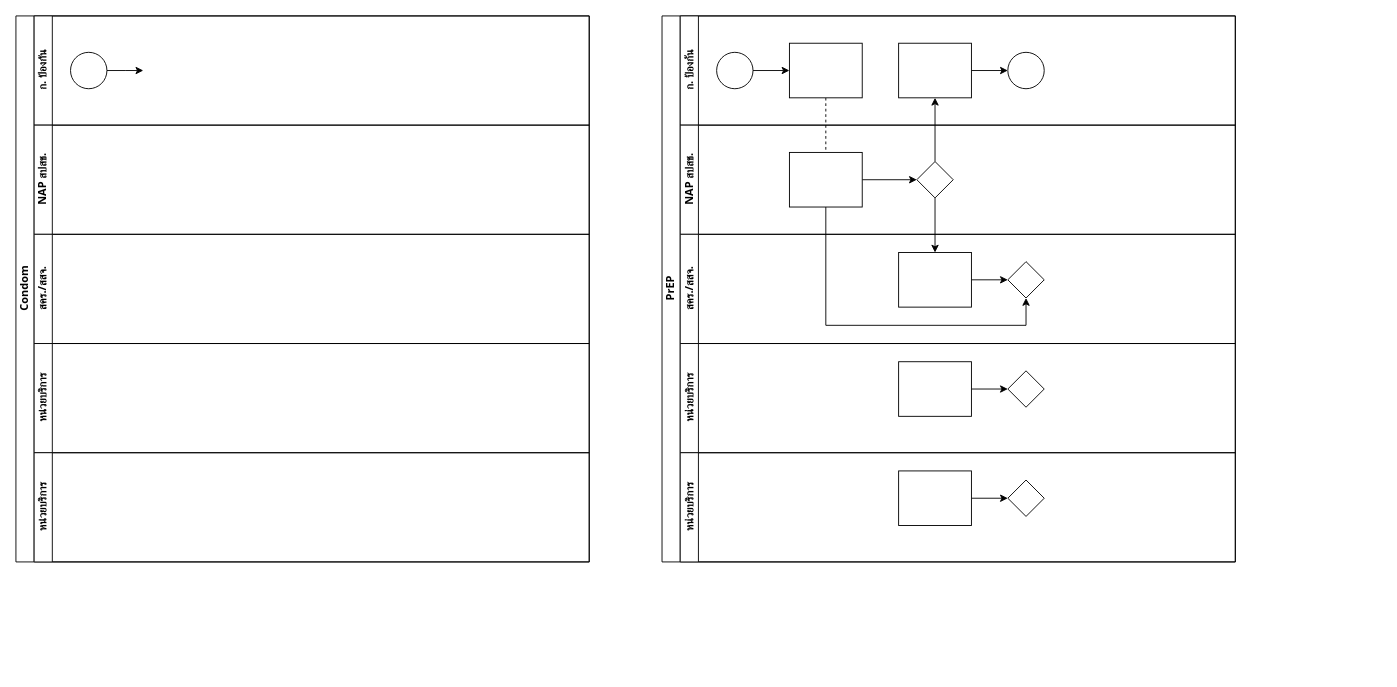
Above: Untitled Diagram.drawio in anun311/regist (draw.io), before the change. Source tidied: cells renumbered, new cells numbered last; positions are measured from the earlier drawing's top-left corner, leaving out a move shared by most shapes. Both pictures are drawn from the tidied source at 91%, with x=0, y=0 at pixel (15, 15).
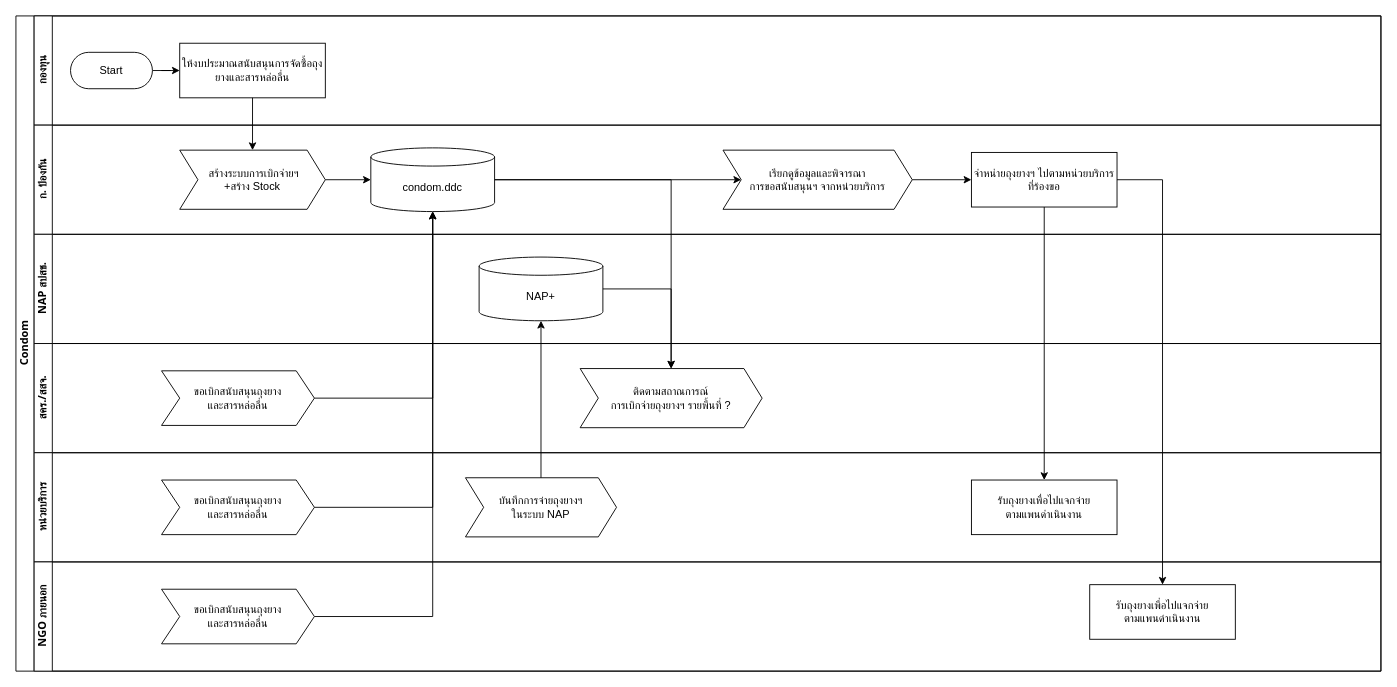
The same page after the edit.

The edit, as a diff of the source:
```diff
@@
     <mxCell id="2" value="Condom" style="swimlane;html=1;horizontal=0;startSize=20;fontFamily=Tahoma;" parent="1" vertex="1">
-      <mxGeometry width="630" height="600" as="geometry" />
+      <mxGeometry width="1500" height="720" as="geometry" />
     </mxCell>
-    <mxCell id="3" value="ก. ป้องกัน" style="swimlane;html=1;startSize=20;horizontal=0;fontFamily=Tahoma;" parent="2" vertex="1">
-      <mxGeometry x="20" width="610" height="120" as="geometry" />
+    <mxCell id="3" value="กองทุน" style="swimlane;html=1;startSize=20;horizontal=0;fontFamily=Tahoma;" parent="2" vertex="1">
+      <mxGeometry x="20" width="1480" height="120" as="geometry" />
     </mxCell>
-    <mxCell id="4" style="edgeStyle=orthogonalEdgeStyle;rounded=0;jettySize=auto;html=1;fontFamily=Tahoma;" parent="3" edge="1" source="5">
-      <mxGeometry relative="1" as="geometry">
-        <mxPoint x="120" y="60" as="targetPoint" />
-      </mxGeometry>
-    </mxCell>
-    <mxCell id="5" style="ellipse;whiteSpace=wrap;html=1;fontFamily=Tahoma;" parent="3" vertex="1">
-      <mxGeometry x="40" y="40" width="40" height="40" as="geometry" />
-    </mxCell>
+    <mxCell id="38" style="edgeStyle=orthogonalEdgeStyle;rounded=0;jettySize=auto;html=1;" parent="3" edge="1" source="39" target="41">
+      <mxGeometry relative="1" as="geometry" />
+    </mxCell>
+    <mxCell id="39" value="Start" style="rounded=1;whiteSpace=wrap;html=1;arcSize=50;" parent="3" vertex="1">
+      <mxGeometry x="40" y="40" width="90" height="40" as="geometry" />
+    </mxCell>
+    <mxCell id="40" style="edgeStyle=orthogonalEdgeStyle;rounded=0;orthogonalLoop=1;jettySize=auto;html=1;exitX=0.5;exitY=1;exitDx=0;exitDy=0;" parent="3" edge="1" source="39" target="39">
+      <mxGeometry relative="1" as="geometry" />
+    </mxCell>
+    <mxCell id="41" value="ให้งบประมาณสนับสนุนการจัดซื้อถุงยางและสารหล่อลื่น" style="rounded=0;whiteSpace=wrap;html=1;" parent="3" vertex="1">
+      <mxGeometry x="160" y="30" width="160" height="60" as="geometry" />
+    </mxCell>
+    <mxCell id="15" value="ก. ป้องกัน" style="swimlane;html=1;startSize=20;horizontal=0;fontFamily=Tahoma;" parent="2" vertex="1">
+      <mxGeometry x="20" y="120" width="1480" height="120" as="geometry" />
+    </mxCell>
+    <mxCell id="42" style="edgeStyle=orthogonalEdgeStyle;rounded=0;orthogonalLoop=1;jettySize=auto;html=1;exitX=0.5;exitY=1;exitDx=0;exitDy=0;" parent="15" edge="1">
+      <mxGeometry relative="1" as="geometry">
+        <mxPoint x="85" y="80" as="sourcePoint" />
+        <mxPoint x="85" y="80" as="targetPoint" />
+      </mxGeometry>
+    </mxCell>
+    <mxCell id="43" style="edgeStyle=orthogonalEdgeStyle;rounded=0;jettySize=auto;html=1;entryX=0;entryY=0.5;entryDx=0;entryDy=0;exitX=1;exitY=0.5;exitDx=0;exitDy=0;" parent="15" edge="1" source="49" target="44">
+      <mxGeometry relative="1" as="geometry" />
+    </mxCell>
+    <mxCell id="44" value="จำหน่ายถุงยางฯ ไปตามหน่วยบริการที่ร้องขอ" style="rounded=0;whiteSpace=wrap;html=1;" parent="15" vertex="1">
+      <mxGeometry x="1030" y="30" width="160" height="60" as="geometry" />
+    </mxCell>
+    <mxCell id="45" style="edgeStyle=orthogonalEdgeStyle;rounded=0;jettySize=auto;html=1;entryX=0;entryY=0.5;entryDx=0;entryDy=0;" parent="15" edge="1" source="46" target="49">
+      <mxGeometry relative="1" as="geometry" />
+    </mxCell>
+    <mxCell id="46" value="condom.ddc" style="shape=cylinder3;whiteSpace=wrap;html=1;boundedLbl=1;backgroundOutline=1;size=10;" parent="15" vertex="1">
+      <mxGeometry x="370" y="25" width="136" height="70" as="geometry" />
+    </mxCell>
+    <mxCell id="47" style="edgeStyle=orthogonalEdgeStyle;rounded=0;jettySize=auto;html=1;exitX=1;exitY=0.5;exitDx=0;exitDy=0;entryX=0;entryY=0.5;entryDx=0;entryDy=0;entryPerimeter=0;" parent="15" edge="1" source="48" target="46">
+      <mxGeometry relative="1" as="geometry" />
+    </mxCell>
+    <mxCell id="48" value="&amp;nbsp;สร้างระบบการเบิกจ่ายฯ&lt;br&gt;+สร้าง Stock" style="shape=step;perimeter=stepPerimeter;whiteSpace=wrap;html=1;fixedSize=1;" parent="15" vertex="1">
+      <mxGeometry x="160" y="27.5" width="160" height="65" as="geometry" />
+    </mxCell>
+    <mxCell id="49" value="เรียกดูข้อมูลและพิจารณา&lt;br style=&quot;border-color: var(--border-color);&quot;&gt;การขอสนับสนุนฯ จากหน่วยบริการ" style="shape=step;perimeter=stepPerimeter;whiteSpace=wrap;html=1;fixedSize=1;" parent="15" vertex="1">
+      <mxGeometry x="757" y="27.5" width="208" height="65" as="geometry" />
+    </mxCell>
     <mxCell id="6" value="NAP สปสช." style="swimlane;html=1;startSize=20;horizontal=0;fontFamily=Tahoma;" parent="2" vertex="1">
-      <mxGeometry x="20" y="120" width="610" height="120" as="geometry" />
+      <mxGeometry x="20" y="240" width="1480" height="120" as="geometry" />
     </mxCell>
+    <mxCell id="50" value="NAP+" style="shape=cylinder3;whiteSpace=wrap;html=1;boundedLbl=1;backgroundOutline=1;size=10;" parent="6" vertex="1">
+      <mxGeometry x="489" y="25" width="136" height="70" as="geometry" />
+    </mxCell>
     <mxCell id="7" value="สคร./สสจ." style="swimlane;html=1;startSize=20;horizontal=0;fontFamily=Tahoma;" parent="2" vertex="1">
-      <mxGeometry x="20" y="240" width="610" height="120" as="geometry" />
+      <mxGeometry x="20" y="360" width="1480" height="120" as="geometry" />
     </mxCell>
+    <mxCell id="51" value="ติดตามสถาณการณ์&lt;br&gt;การเบิกจ่ายถุงยางฯ รายพื้นที่ ?" style="shape=step;perimeter=stepPerimeter;whiteSpace=wrap;html=1;fixedSize=1;" parent="7" vertex="1">
+      <mxGeometry x="600" y="27.5" width="200" height="65" as="geometry" />
+    </mxCell>
+    <mxCell id="52" value="ขอเบิกสนับสนุนถุงยาง&lt;br style=&quot;border-color: var(--border-color);&quot;&gt;และสารหล่อลื่น" style="shape=step;perimeter=stepPerimeter;whiteSpace=wrap;html=1;fixedSize=1;" parent="7" vertex="1">
+      <mxGeometry x="140" y="30" width="168" height="60" as="geometry" />
+    </mxCell>
     <mxCell id="8" value="หน่วยบริการ" style="swimlane;html=1;startSize=20;horizontal=0;fontFamily=Tahoma;" parent="2" vertex="1">
-      <mxGeometry x="20" y="360" width="610" height="120" as="geometry" />
+      <mxGeometry x="20" y="480" width="1480" height="120" as="geometry" />
     </mxCell>
+    <mxCell id="53" value="รับถุงยางเพื่อไปแจกจ่าย&lt;br&gt;ตามแพนดำเนินงาน" style="rounded=0;whiteSpace=wrap;html=1;" parent="8" vertex="1">
+      <mxGeometry x="1030" y="30" width="160" height="60" as="geometry" />
+    </mxCell>
+    <mxCell id="54" value="บันทึกการจ่ายถุงยางฯ&lt;br style=&quot;border-color: var(--border-color);&quot;&gt;ในระบบ NAP" style="shape=step;perimeter=stepPerimeter;whiteSpace=wrap;html=1;fixedSize=1;" parent="8" vertex="1">
+      <mxGeometry x="474" y="27.5" width="166" height="65" as="geometry" />
+    </mxCell>
+    <mxCell id="55" value="ขอเบิกสนับสนุนถุงยาง&lt;br style=&quot;border-color: var(--border-color);&quot;&gt;และสารหล่อลื่น" style="shape=step;perimeter=stepPerimeter;whiteSpace=wrap;html=1;fixedSize=1;" parent="8" vertex="1">
+      <mxGeometry x="140" y="30" width="168" height="60" as="geometry" />
+    </mxCell>
+    <mxCell id="56" style="edgeStyle=orthogonalEdgeStyle;rounded=0;jettySize=auto;html=1;entryX=0.5;entryY=1;entryDx=0;entryDy=0;entryPerimeter=0;exitX=1;exitY=0.5;exitDx=0;exitDy=0;" parent="2" edge="1" source="65" target="46">
+      <mxGeometry relative="1" as="geometry" />
+    </mxCell>
+    <mxCell id="57" style="edgeStyle=orthogonalEdgeStyle;rounded=0;jettySize=auto;html=1;entryX=0.5;entryY=1;entryDx=0;entryDy=0;entryPerimeter=0;exitX=1;exitY=0.5;exitDx=0;exitDy=0;" parent="2" edge="1" source="55" target="46">
+      <mxGeometry relative="1" as="geometry" />
+    </mxCell>
+    <mxCell id="58" style="edgeStyle=orthogonalEdgeStyle;rounded=0;jettySize=auto;html=1;entryX=0.5;entryY=0;entryDx=0;entryDy=0;" parent="2" edge="1" source="41" target="48">
+      <mxGeometry relative="1" as="geometry" />
+    </mxCell>
+    <mxCell id="59" style="edgeStyle=orthogonalEdgeStyle;rounded=0;jettySize=auto;html=1;entryX=0.5;entryY=1;entryDx=0;entryDy=0;entryPerimeter=0;exitX=0.5;exitY=0;exitDx=0;exitDy=0;" parent="2" edge="1" source="54" target="50">
+      <mxGeometry relative="1" as="geometry" />
+    </mxCell>
+    <mxCell id="60" style="edgeStyle=orthogonalEdgeStyle;rounded=0;jettySize=auto;html=1;exitX=0.5;exitY=1;exitDx=0;exitDy=0;" parent="2" edge="1" source="44" target="53">
+      <mxGeometry relative="1" as="geometry" />
+    </mxCell>
+    <mxCell id="61" style="edgeStyle=orthogonalEdgeStyle;rounded=0;jettySize=auto;html=1;exitX=1;exitY=0.5;exitDx=0;exitDy=0;" parent="2" edge="1" source="44" target="64">
+      <mxGeometry relative="1" as="geometry" />
+    </mxCell>
+    <mxCell id="62" style="edgeStyle=orthogonalEdgeStyle;rounded=0;jettySize=auto;html=1;entryX=0.5;entryY=0;entryDx=0;entryDy=0;" parent="2" edge="1" source="46" target="51">
+      <mxGeometry relative="1" as="geometry" />
+    </mxCell>
+    <mxCell id="63" style="edgeStyle=orthogonalEdgeStyle;rounded=0;jettySize=auto;html=1;exitX=1;exitY=0.5;exitDx=0;exitDy=0;exitPerimeter=0;entryX=0.5;entryY=0;entryDx=0;entryDy=0;" parent="2" edge="1" source="50" target="51">
+      <mxGeometry relative="1" as="geometry" />
+    </mxCell>
-    <mxCell id="9" value="หน่วยบริการ" style="swimlane;html=1;startSize=20;horizontal=0;fontFamily=Tahoma;" parent="2" vertex="1">
-      <mxGeometry x="20" y="480" width="610" height="120" as="geometry" />
+    <mxCell id="9" value="NGO ภายนอก" style="swimlane;html=1;startSize=20;horizontal=0;fontFamily=Tahoma;" parent="2" vertex="1">
+      <mxGeometry x="20" y="600" width="1480" height="120" as="geometry" />
     </mxCell>
-    <mxCell id="10" value="PrEP" style="swimlane;html=1;horizontal=0;startSize=20;fontFamily=Tahoma;" parent="1" vertex="1">
-      <mxGeometry x="710" width="630" height="600" as="geometry" />
-    </mxCell>
-    <mxCell id="11" style="edgeStyle=orthogonalEdgeStyle;rounded=0;jettySize=auto;html=1;dashed=1;endArrow=none;endFill=0;fontFamily=Tahoma;" parent="10" edge="1" source="18" target="24">
-      <mxGeometry relative="1" as="geometry" />
-    </mxCell>
-    <mxCell id="12" style="edgeStyle=orthogonalEdgeStyle;rounded=0;jettySize=auto;html=1;endArrow=classic;endFill=1;fontFamily=Tahoma;" parent="10" edge="1" source="25" target="20">
-      <mxGeometry relative="1" as="geometry" />
-    </mxCell>
-    <mxCell id="13" style="edgeStyle=orthogonalEdgeStyle;rounded=0;jettySize=auto;html=1;endArrow=classic;endFill=1;fontFamily=Tahoma;" parent="10" edge="1" source="25" target="28">
-      <mxGeometry relative="1" as="geometry" />
-    </mxCell>
-    <mxCell id="14" style="edgeStyle=orthogonalEdgeStyle;rounded=0;jettySize=auto;html=1;endArrow=classic;endFill=1;fontFamily=Tahoma;" parent="10" edge="1" source="24" target="29">
-      <mxGeometry relative="1" as="geometry">
-        <Array as="points">
-          <mxPoint x="180" y="340" />
-          <mxPoint x="400" y="340" />
-        </Array>
-      </mxGeometry>
-    </mxCell>
-    <mxCell id="15" value="ก. ป้องกัน" style="swimlane;html=1;startSize=20;horizontal=0;fontFamily=Tahoma;" parent="10" vertex="1">
-      <mxGeometry x="20" width="610" height="120" as="geometry" />
-    </mxCell>
-    <mxCell id="16" style="edgeStyle=orthogonalEdgeStyle;rounded=0;jettySize=auto;html=1;fontFamily=Tahoma;" parent="15" edge="1" source="17" target="18">
-      <mxGeometry relative="1" as="geometry" />
-    </mxCell>
-    <mxCell id="17" style="ellipse;whiteSpace=wrap;html=1;fontFamily=Tahoma;" parent="15" vertex="1">
-      <mxGeometry x="40" y="40" width="40" height="40" as="geometry" />
-    </mxCell>
-    <mxCell id="18" style="rounded=0;whiteSpace=wrap;html=1;fontFamily=Tahoma;fontSize=12;fontColor=#000000;align=center;" parent="15" vertex="1">
-      <mxGeometry x="120" y="30" width="80" height="60" as="geometry" />
-    </mxCell>
-    <mxCell id="19" style="edgeStyle=orthogonalEdgeStyle;rounded=0;jettySize=auto;html=1;endArrow=classic;endFill=1;fontFamily=Tahoma;" parent="15" edge="1" source="20" target="21">
-      <mxGeometry relative="1" as="geometry" />
-    </mxCell>
-    <mxCell id="20" style="rounded=0;whiteSpace=wrap;html=1;fontFamily=Tahoma;fontSize=12;fontColor=#000000;align=center;" parent="15" vertex="1">
-      <mxGeometry x="240" y="30" width="80" height="60" as="geometry" />
-    </mxCell>
-    <mxCell id="21" style="ellipse;whiteSpace=wrap;html=1;fontFamily=Tahoma;" parent="15" vertex="1">
-      <mxGeometry x="360" y="40" width="40" height="40" as="geometry" />
-    </mxCell>
-    <mxCell id="22" value="NAP สปสช." style="swimlane;html=1;startSize=20;horizontal=0;fontFamily=Tahoma;" parent="10" vertex="1">
-      <mxGeometry x="20" y="120" width="610" height="120" as="geometry" />
-    </mxCell>
-    <mxCell id="23" style="edgeStyle=orthogonalEdgeStyle;rounded=0;jettySize=auto;html=1;endArrow=classic;endFill=1;fontFamily=Tahoma;" parent="22" edge="1" source="24" target="25">
-      <mxGeometry relative="1" as="geometry" />
-    </mxCell>
-    <mxCell id="24" style="rounded=0;whiteSpace=wrap;html=1;fontFamily=Tahoma;fontSize=12;fontColor=#000000;align=center;" parent="22" vertex="1">
-      <mxGeometry x="120" y="30" width="80" height="60" as="geometry" />
-    </mxCell>
-    <mxCell id="25" style="rhombus;whiteSpace=wrap;html=1;fontFamily=Tahoma;fontSize=12;fontColor=#000000;align=center;" parent="22" vertex="1">
-      <mxGeometry x="260" y="40" width="40" height="40" as="geometry" />
-    </mxCell>
-    <mxCell id="26" value="สคร./สสจ." style="swimlane;html=1;startSize=20;horizontal=0;fontFamily=Tahoma;" parent="10" vertex="1">
-      <mxGeometry x="20" y="240" width="610" height="120" as="geometry" />
-    </mxCell>
-    <mxCell id="27" style="edgeStyle=orthogonalEdgeStyle;rounded=0;jettySize=auto;html=1;endArrow=classic;endFill=1;fontFamily=Tahoma;" parent="26" edge="1" source="28" target="29">
-      <mxGeometry relative="1" as="geometry" />
-    </mxCell>
-    <mxCell id="28" style="rounded=0;whiteSpace=wrap;html=1;fontFamily=Tahoma;fontSize=12;fontColor=#000000;align=center;" parent="26" vertex="1">
-      <mxGeometry x="240" y="20" width="80" height="60" as="geometry" />
-    </mxCell>
-    <mxCell id="29" style="rhombus;whiteSpace=wrap;html=1;fontFamily=Tahoma;fontSize=12;fontColor=#000000;align=center;" parent="26" vertex="1">
-      <mxGeometry x="360" y="30" width="40" height="40" as="geometry" />
-    </mxCell>
-    <mxCell id="30" value="หน่วยบริการ" style="swimlane;html=1;startSize=20;horizontal=0;fontFamily=Tahoma;" parent="10" vertex="1">
-      <mxGeometry x="20" y="360" width="610" height="120" as="geometry" />
-    </mxCell>
-    <mxCell id="31" style="edgeStyle=orthogonalEdgeStyle;rounded=0;jettySize=auto;html=1;endArrow=classic;endFill=1;fontFamily=Tahoma;" parent="30" edge="1" source="32" target="33">
-      <mxGeometry relative="1" as="geometry" />
-    </mxCell>
-    <mxCell id="32" style="rounded=0;whiteSpace=wrap;html=1;fontFamily=Tahoma;fontSize=12;fontColor=#000000;align=center;" parent="30" vertex="1">
-      <mxGeometry x="240" y="20" width="80" height="60" as="geometry" />
-    </mxCell>
-    <mxCell id="33" style="rhombus;whiteSpace=wrap;html=1;fontFamily=Tahoma;fontSize=12;fontColor=#000000;align=center;" parent="30" vertex="1">
-      <mxGeometry x="360" y="30" width="40" height="40" as="geometry" />
-    </mxCell>
-    <mxCell id="34" value="หน่วยบริการ" style="swimlane;html=1;startSize=20;horizontal=0;fontFamily=Tahoma;" parent="10" vertex="1">
-      <mxGeometry x="20" y="480" width="610" height="120" as="geometry" />
-    </mxCell>
-    <mxCell id="35" style="edgeStyle=orthogonalEdgeStyle;rounded=0;jettySize=auto;html=1;endArrow=classic;endFill=1;fontFamily=Tahoma;" parent="34" edge="1" source="36" target="37">
-      <mxGeometry relative="1" as="geometry" />
-    </mxCell>
-    <mxCell id="36" style="rounded=0;whiteSpace=wrap;html=1;fontFamily=Tahoma;fontSize=12;fontColor=#000000;align=center;" parent="34" vertex="1">
-      <mxGeometry x="240" y="20" width="80" height="60" as="geometry" />
-    </mxCell>
-    <mxCell id="37" style="rhombus;whiteSpace=wrap;html=1;fontFamily=Tahoma;fontSize=12;fontColor=#000000;align=center;" parent="34" vertex="1">
-      <mxGeometry x="360" y="30" width="40" height="40" as="geometry" />
-    </mxCell>
+    <mxCell id="64" value="รับถุงยางเพื่อไปแจกจ่าย&lt;br&gt;ตามแพนดำเนินงาน" style="rounded=0;whiteSpace=wrap;html=1;" parent="9" vertex="1">
+      <mxGeometry x="1160" y="25" width="160" height="60" as="geometry" />
+    </mxCell>
+    <mxCell id="65" value="ขอเบิกสนับสนุนถุงยาง&lt;br style=&quot;border-color: var(--border-color);&quot;&gt;และสารหล่อลื่น" style="shape=step;perimeter=stepPerimeter;whiteSpace=wrap;html=1;fixedSize=1;" parent="9" vertex="1">
+      <mxGeometry x="140" y="30" width="168" height="60" as="geometry" />
+    </mxCell>
+    <mxCell id="66" style="edgeStyle=orthogonalEdgeStyle;rounded=0;jettySize=auto;html=1;entryX=0.5;entryY=1;entryDx=0;entryDy=0;entryPerimeter=0;" parent="2" edge="1" source="52" target="46">
+      <mxGeometry relative="1" as="geometry" />
+    </mxCell>
```
